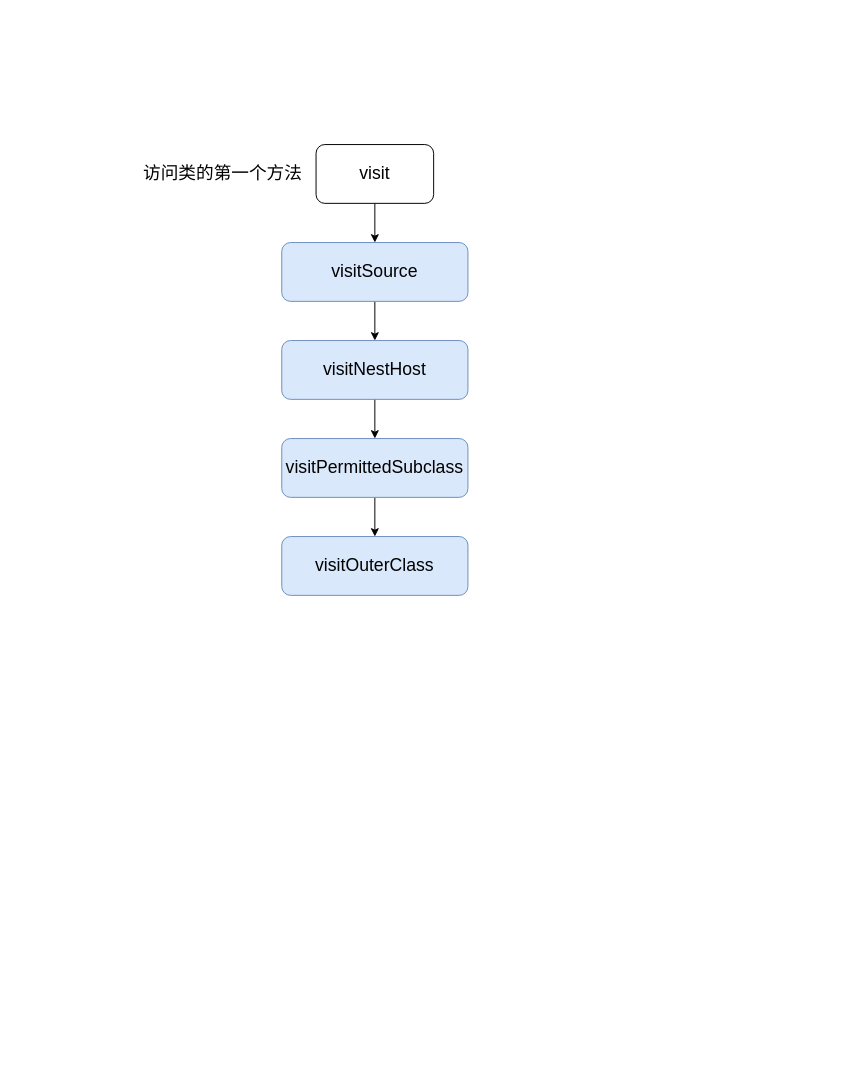
Potato20522/diagrams keeps this draw.io diagram as page "ClassVisitor" (1 of 3) of asm/CoreAPI.drawio. Above is the earlier version. Source tidied: cells renumbered, new cells numbered last; positions are measured from the earlier drawing's top-left corner, leaving out a move shared by most shapes. Both pictures are drawn from the tidied source at 98%, with x=0, y=0 at pixel (134, 144).
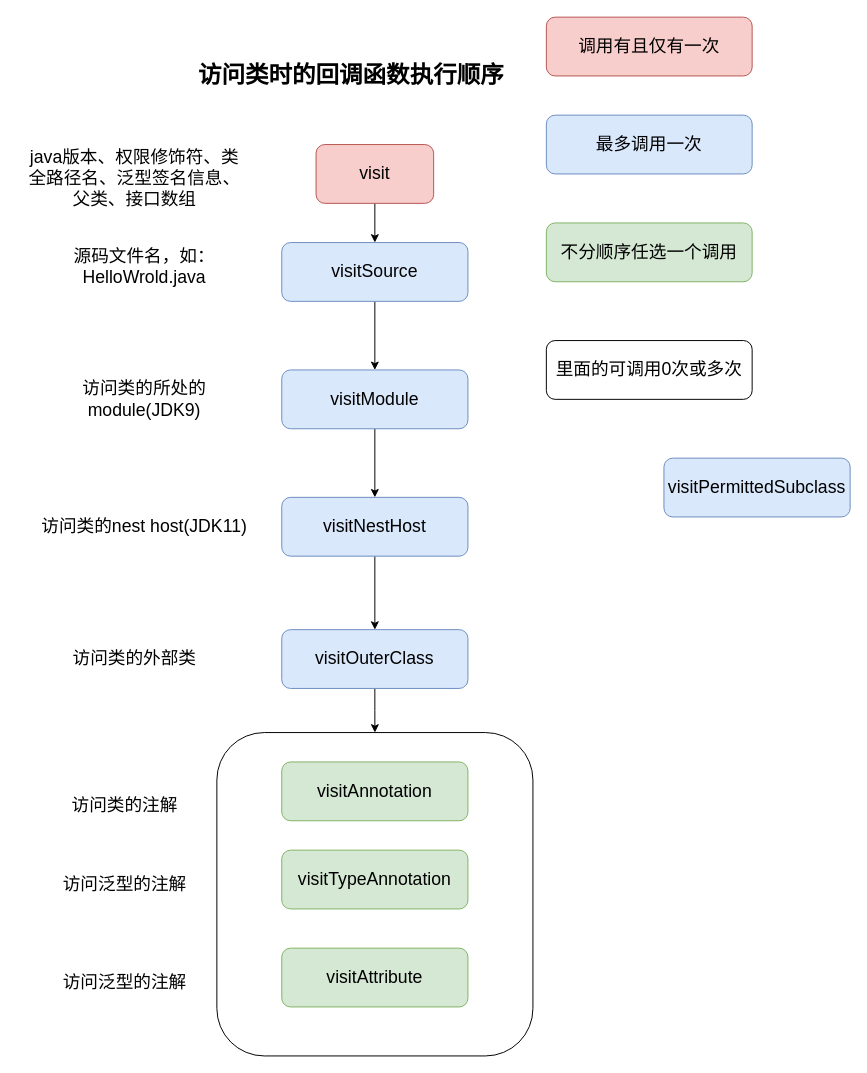
The same diagram, later.

The change refers to these unchanged cells:
```xml
<mxCell id="5" value="&lt;font style=&quot;font-size: 18px&quot;&gt;visitSource&lt;/font&gt;" style="rounded=1;whiteSpace=wrap;html=1;fillColor=#dae8fc;strokeColor=#6c8ebf;" parent="1" vertex="1">
  <mxGeometry x="150" y="100" width="190" height="60" as="geometry" />
</mxCell>
```

Diff of the diagram source:
```diff
@@
+    <mxCell id="12" style="rounded=1;whiteSpace=wrap;html=1;fontSize=18;" parent="1" vertex="1">
+      <mxGeometry x="83.8" y="600" width="322.5" height="330" as="geometry" />
+    </mxCell>
@@
-    <mxCell id="3" value="&lt;font style=&quot;font-size: 18px&quot;&gt;visit&lt;/font&gt;" style="rounded=1;whiteSpace=wrap;html=1;" parent="1" vertex="1">
+    <mxCell id="3" value="&lt;font style=&quot;font-size: 18px&quot;&gt;visit&lt;/font&gt;" style="rounded=1;whiteSpace=wrap;html=1;fillColor=#f8cecc;strokeColor=#b85450;" parent="1" vertex="1">
       <mxGeometry x="185" width="120" height="60" as="geometry" />
     </mxCell>
-    <mxCell id="4" style="edgeStyle=orthogonalEdgeStyle;rounded=0;jettySize=auto;html=1;fontSize=18;" parent="1" edge="1" source="5" target="7">
-      <mxGeometry relative="1" as="geometry" />
-    </mxCell>
+    <mxCell id="13" style="edgeStyle=orthogonalEdgeStyle;rounded=0;jettySize=auto;html=1;fontSize=18;" parent="1" edge="1" source="5" target="21">
+      <mxGeometry relative="1" as="geometry" />
+    </mxCell>
@@
-    <mxCell id="6" style="edgeStyle=orthogonalEdgeStyle;rounded=0;jettySize=auto;html=1;fontSize=18;" parent="1" edge="1" source="7" target="9">
-      <mxGeometry relative="1" as="geometry" />
-    </mxCell>
+    <mxCell id="14" style="edgeStyle=orthogonalEdgeStyle;rounded=0;jettySize=auto;html=1;fontSize=18;" parent="1" edge="1" source="7" target="10">
+      <mxGeometry relative="1" as="geometry" />
+    </mxCell>
     <mxCell id="7" value="&lt;font style=&quot;font-size: 18px&quot;&gt;visitNestHost&lt;/font&gt;" style="rounded=1;whiteSpace=wrap;html=1;fillColor=#dae8fc;strokeColor=#6c8ebf;" parent="1" vertex="1">
-      <mxGeometry x="150" y="200" width="190" height="60" as="geometry" />
+      <mxGeometry x="150" y="360" width="190" height="60" as="geometry" />
     </mxCell>
-    <mxCell id="8" style="edgeStyle=orthogonalEdgeStyle;rounded=0;jettySize=auto;html=1;fontSize=18;" parent="1" edge="1" source="9" target="10">
-      <mxGeometry relative="1" as="geometry" />
-    </mxCell>
     <mxCell id="9" value="&lt;font style=&quot;font-size: 18px&quot;&gt;visitPermittedSubclass&lt;/font&gt;" style="rounded=1;whiteSpace=wrap;html=1;fillColor=#dae8fc;strokeColor=#6c8ebf;" parent="1" vertex="1">
-      <mxGeometry x="150" y="300" width="190" height="60" as="geometry" />
+      <mxGeometry x="540" y="320" width="190" height="60" as="geometry" />
     </mxCell>
+    <mxCell id="15" style="edgeStyle=orthogonalEdgeStyle;rounded=0;jettySize=auto;html=1;entryX=0.5;entryY=0;entryDx=0;entryDy=0;fontSize=18;" parent="1" edge="1" source="10" target="12">
+      <mxGeometry relative="1" as="geometry" />
+    </mxCell>
     <mxCell id="10" value="&lt;font style=&quot;font-size: 18px&quot;&gt;visitOuterClass&lt;/font&gt;" style="rounded=1;whiteSpace=wrap;html=1;fillColor=#dae8fc;strokeColor=#6c8ebf;" parent="1" vertex="1">
-      <mxGeometry x="150" y="400" width="190" height="60" as="geometry" />
+      <mxGeometry x="150" y="495" width="190" height="60" as="geometry" />
     </mxCell>
-    <mxCell id="11" value="访问类的第一个方法" style="text;html=1;strokeColor=none;fillColor=none;align=center;verticalAlign=middle;whiteSpace=wrap;rounded=0;fontSize=18;" parent="1" vertex="1">
-      <mxGeometry y="20" width="180" height="20" as="geometry" />
+    <mxCell id="11" value="java版本、权限修饰符、类全路径名、泛型签名信息、父类、接口数组" style="text;html=1;strokeColor=none;fillColor=none;align=center;verticalAlign=middle;whiteSpace=wrap;rounded=0;fontSize=18;" parent="1" vertex="1">
+      <mxGeometry x="-110" width="220" height="70" as="geometry" />
     </mxCell>
+    <mxCell id="16" value="&lt;h1&gt;访问类时的回调函数执行顺序&lt;/h1&gt;" style="text;html=1;strokeColor=none;fillColor=none;spacing=5;spacingTop=-20;whiteSpace=wrap;overflow=hidden;rounded=0;" parent="1" vertex="1">
+      <mxGeometry x="60" y="-90" width="370" height="60" as="geometry" />
+    </mxCell>
+    <mxCell id="17" value="&lt;font style=&quot;font-size: 18px&quot;&gt;源码文件名，如：HelloWrold.java&lt;/font&gt;" style="text;html=1;strokeColor=none;fillColor=none;align=center;verticalAlign=middle;whiteSpace=wrap;rounded=0;" parent="1" vertex="1">
+      <mxGeometry x="-100" y="100" width="220" height="50" as="geometry" />
+    </mxCell>
+    <mxCell id="18" value="&lt;span style=&quot;font-size: 18px&quot;&gt;访问&lt;/span&gt;&lt;span style=&quot;font-size: 18px&quot;&gt;类的nest host(JDK11)&lt;/span&gt;" style="text;html=1;strokeColor=none;fillColor=none;align=center;verticalAlign=middle;whiteSpace=wrap;rounded=0;" parent="1" vertex="1">
+      <mxGeometry x="-100" y="365" width="220" height="50" as="geometry" />
+    </mxCell>
+    <mxCell id="19" value="&lt;span style=&quot;font-size: 18px&quot;&gt;访问类的外部类&lt;/span&gt;" style="text;html=1;strokeColor=none;fillColor=none;align=center;verticalAlign=middle;whiteSpace=wrap;rounded=0;" parent="1" vertex="1">
+      <mxGeometry x="-110" y="500" width="220" height="50" as="geometry" />
+    </mxCell>
+    <mxCell id="20" style="edgeStyle=orthogonalEdgeStyle;rounded=0;jettySize=auto;html=1;fontSize=18;" parent="1" edge="1" source="21" target="7">
+      <mxGeometry relative="1" as="geometry" />
+    </mxCell>
+    <mxCell id="21" value="&lt;font style=&quot;font-size: 18px&quot;&gt;visitModule&lt;/font&gt;" style="rounded=1;whiteSpace=wrap;html=1;fillColor=#dae8fc;strokeColor=#6c8ebf;" parent="1" vertex="1">
+      <mxGeometry x="150" y="230" width="190" height="60" as="geometry" />
+    </mxCell>
+    <mxCell id="22" value="&lt;span style=&quot;font-size: 18px&quot;&gt;访问&lt;/span&gt;&lt;span style=&quot;font-size: 18px&quot;&gt;类的所处的module(JDK9)&lt;/span&gt;" style="text;html=1;strokeColor=none;fillColor=none;align=center;verticalAlign=middle;whiteSpace=wrap;rounded=0;" parent="1" vertex="1">
+      <mxGeometry x="-100" y="235" width="220" height="50" as="geometry" />
+    </mxCell>
+    <mxCell id="23" value="&lt;font style=&quot;font-size: 18px&quot;&gt;visitAnnotation&lt;/font&gt;" style="rounded=1;whiteSpace=wrap;html=1;fillColor=#d5e8d4;strokeColor=#82b366;" parent="1" vertex="1">
+      <mxGeometry x="150" y="630" width="190" height="60" as="geometry" />
+    </mxCell>
+    <mxCell id="24" value="&lt;span style=&quot;font-size: 18px&quot;&gt;访问类的注解&lt;/span&gt;" style="text;html=1;strokeColor=none;fillColor=none;align=center;verticalAlign=middle;whiteSpace=wrap;rounded=0;" parent="1" vertex="1">
+      <mxGeometry x="-120" y="650" width="220" height="50" as="geometry" />
+    </mxCell>
+    <mxCell id="25" value="&lt;font style=&quot;font-size: 18px&quot;&gt;visitTypeAnnotation&lt;/font&gt;" style="rounded=1;whiteSpace=wrap;html=1;fillColor=#d5e8d4;strokeColor=#82b366;" parent="1" vertex="1">
+      <mxGeometry x="150" y="720" width="190" height="60" as="geometry" />
+    </mxCell>
+    <mxCell id="26" value="&lt;font style=&quot;font-size: 18px&quot;&gt;最多调用一次&lt;/font&gt;" style="rounded=1;whiteSpace=wrap;html=1;fillColor=#dae8fc;strokeColor=#6c8ebf;" parent="1" vertex="1">
+      <mxGeometry x="420" y="-30" width="210" height="60" as="geometry" />
+    </mxCell>
+    <mxCell id="27" value="&lt;font style=&quot;font-size: 18px&quot;&gt;不分顺序任选一个调用&lt;/font&gt;" style="rounded=1;whiteSpace=wrap;html=1;fillColor=#d5e8d4;strokeColor=#82b366;" parent="1" vertex="1">
+      <mxGeometry x="420" y="80" width="210" height="60" as="geometry" />
+    </mxCell>
+    <mxCell id="28" value="&lt;font style=&quot;font-size: 18px&quot;&gt;里面的可调用0次或多次&lt;/font&gt;" style="rounded=1;whiteSpace=wrap;html=1;" parent="1" vertex="1">
+      <mxGeometry x="420" y="200" width="210" height="60" as="geometry" />
+    </mxCell>
+    <mxCell id="29" value="&lt;font style=&quot;font-size: 18px&quot;&gt;调用有且仅有一次&lt;/font&gt;" style="rounded=1;whiteSpace=wrap;html=1;fillColor=#f8cecc;strokeColor=#b85450;" parent="1" vertex="1">
+      <mxGeometry x="420" y="-130" width="210" height="60" as="geometry" />
+    </mxCell>
+    <mxCell id="30" value="&lt;font style=&quot;font-size: 18px&quot;&gt;visitAttribute&lt;/font&gt;" style="rounded=1;whiteSpace=wrap;html=1;fillColor=#d5e8d4;strokeColor=#82b366;" parent="1" vertex="1">
+      <mxGeometry x="150" y="820" width="190" height="60" as="geometry" />
+    </mxCell>
+    <mxCell id="31" value="&lt;span style=&quot;font-size: 18px&quot;&gt;访问泛型的注解&lt;/span&gt;" style="text;html=1;strokeColor=none;fillColor=none;align=center;verticalAlign=middle;whiteSpace=wrap;rounded=0;" parent="1" vertex="1">
+      <mxGeometry x="-120" y="730" width="220" height="50" as="geometry" />
+    </mxCell>
+    <mxCell id="32" value="&lt;span style=&quot;font-size: 18px&quot;&gt;访问泛型的注解&lt;/span&gt;" style="text;html=1;strokeColor=none;fillColor=none;align=center;verticalAlign=middle;whiteSpace=wrap;rounded=0;" parent="1" vertex="1">
+      <mxGeometry x="-120" y="830" width="220" height="50" as="geometry" />
+    </mxCell>
```
